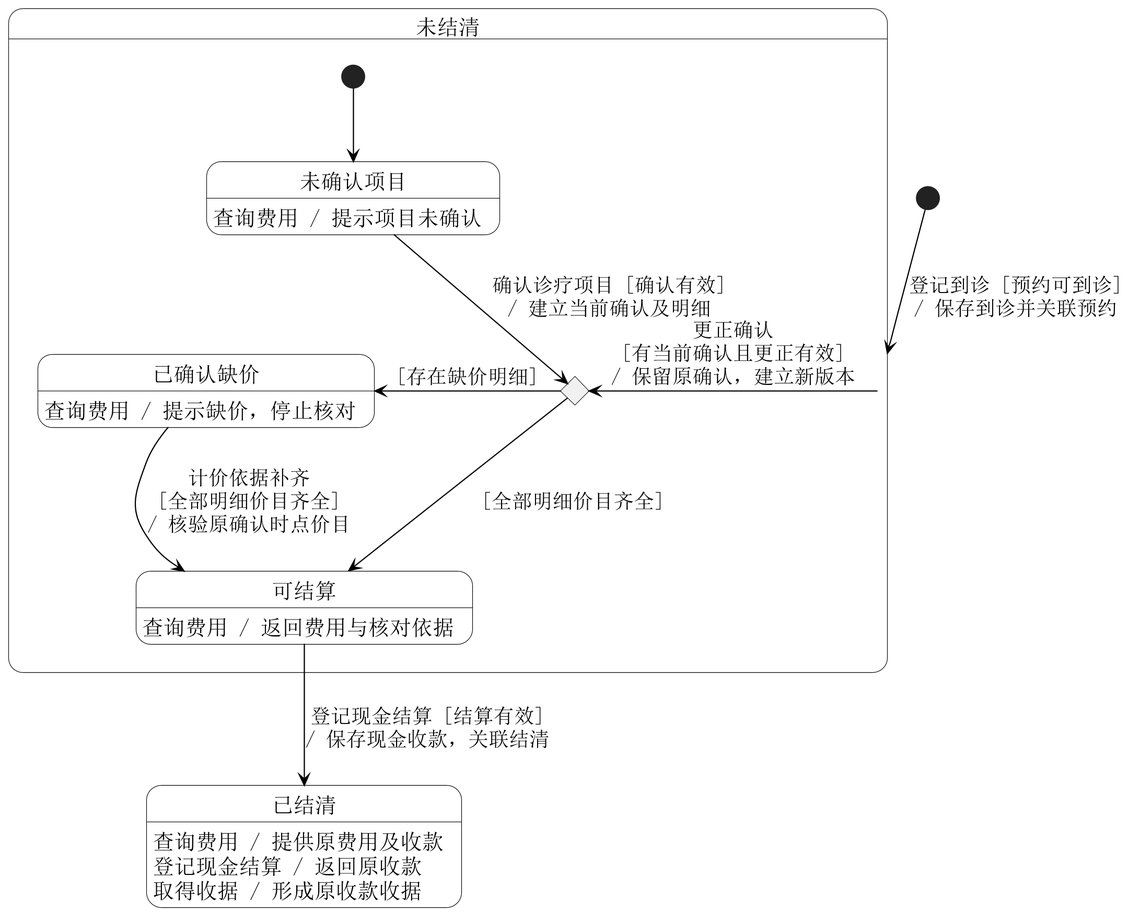
Before: 01-需求文档/diagrams/15-visit-state-machine.png, a diagram exported from PlantUML (Shawmc-creator/systemAnalyseAndDesign). The source it was exported from:
```plantuml
@startuml
skinparam backgroundColor white
skinparam shadowing false
skinparam defaultFontName SimSun
skinparam defaultFontSize 18
skinparam dpi 220
skinparam ArrowColor black
skinparam ArrowFontSize 17
skinparam state {
 BackgroundColor white
 BorderColor black
 FontColor black
 StartColor black
 EndColor black
}
skinparam NoteBackgroundColor white
skinparam NoteBorderColor black
state "未结清" as Open {
 state "未确认项目" as Unconfirmed
 state "已确认缺价" as Missing
 state "可结算" as Ready
 state PriceCheck <<choice>>
 [*] --> Unconfirmed
 Unconfirmed : 查询费用 / 提示项目未确认
 Missing : 查询费用 / 提示缺价，停止核对
 Ready : 查询费用 / 返回费用与核对依据
 Unconfirmed -down-> PriceCheck : 确认诊疗项目 [确认有效]\n/ 建立当前确认及明细
 PriceCheck -left-> Missing : [存在缺价明细]
 PriceCheck -down-> Ready : [全部明细价目齐全]
 Missing -down-> Ready : 计价依据补齐\n[全部明细价目齐全]\n/ 核验原确认时点价目
}
state "已结清" as Settled
Settled : 查询费用 / 提供原费用及收款
Settled : 登记现金结算 / 返回原收款
Settled : 取得收据 / 形成原收款收据
[*] -down-> Open : 登记到诊 [预约可到诊]\n/ 保存到诊并关联预约
Open -left-> PriceCheck : 更正确认\n[有当前确认且更正有效]\n/ 保留原确认，建立新版本
Ready -down-> Settled : 登记现金结算 [结算有效]\n/ 保存现金收款，关联结清
@enduml
```
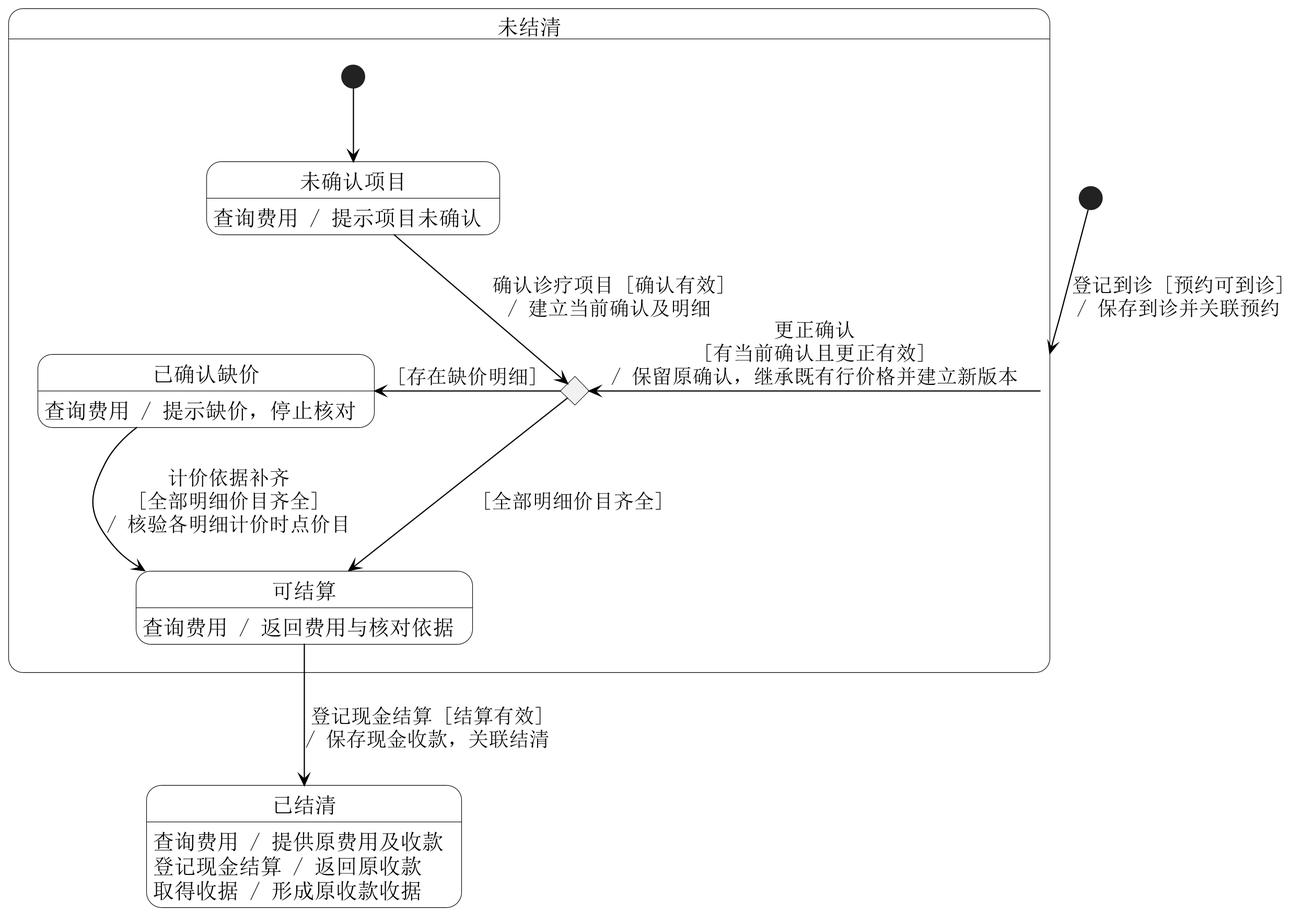
The same diagram one commit later.

What changed in the source:
```diff
@@ -27,13 +27,13 @@
  Unconfirmed -down-> PriceCheck : 确认诊疗项目 [确认有效]\n/ 建立当前确认及明细
  PriceCheck -left-> Missing : [存在缺价明细]
  PriceCheck -down-> Ready : [全部明细价目齐全]
- Missing -down-> Ready : 计价依据补齐\n[全部明细价目齐全]\n/ 核验原确认时点价目
+ Missing -down-> Ready : 计价依据补齐\n[全部明细价目齐全]\n/ 核验各明细计价时点价目
 }
 state "已结清" as Settled
 Settled : 查询费用 / 提供原费用及收款
 Settled : 登记现金结算 / 返回原收款
 Settled : 取得收据 / 形成原收款收据
 [*] -down-> Open : 登记到诊 [预约可到诊]\n/ 保存到诊并关联预约
-Open -left-> PriceCheck : 更正确认\n[有当前确认且更正有效]\n/ 保留原确认，建立新版本
+Open -left-> PriceCheck : 更正确认\n[有当前确认且更正有效]\n/ 保留原确认，继承既有行价格并建立新版本
 Ready -down-> Settled : 登记现金结算 [结算有效]\n/ 保存现金收款，关联结清
 @enduml
```
